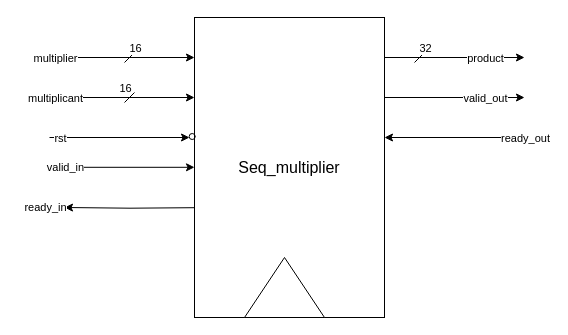
Above: page "i/o" (1 of 3) of Moazzam/doc/Seq_multiplier_val_rd.drawio in medsuet/Xcelerium-IC-Design-Training (draw.io), before the change. Source tidied: cells renumbered, new cells numbered last; positions are measured from the earlier drawing's top-left corner, leaving out a move shared by most shapes. Both pictures are drawn from the tidied source at 100%, with x=0, y=0 at pixel (49, 17).
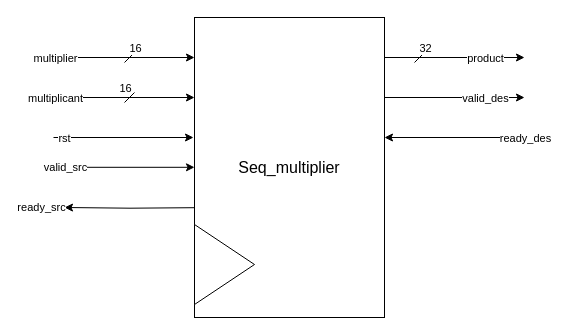
Above is the later version.

The change refers to these unchanged cells:
```xml
<mxCell id="10" style="endArrow=classic;html=1;rounded=0;" parent="1" edge="1">
  <mxGeometry relative="1" as="geometry">
    <mxPoint x="5" y="149.8" as="sourcePoint" />
    <mxPoint x="145" y="149.8" as="targetPoint" />
  </mxGeometry>
</mxCell>
<mxCell id="15" style="endArrow=classic;html=1;rounded=0;" parent="1" edge="1">
  <mxGeometry relative="1" as="geometry">
    <mxPoint x="335" y="80" as="sourcePoint" />
    <mxPoint x="475" y="80" as="targetPoint" />
  </mxGeometry>
</mxCell>
```

Diff of the diagram source:
```diff
@@
-    <mxCell id="11" value="valid_in" style="edgeLabel;html=1;align=center;verticalAlign=middle;" parent="10" vertex="1">
+    <mxCell id="11" value="valid_src" style="edgeLabel;html=1;align=center;verticalAlign=middle;" parent="10" vertex="1">
       <mxGeometry relative="1" as="geometry">
         <mxPoint x="-60" as="offset" />
       </mxGeometry>
     </mxCell>
-    <mxCell id="12" value="ready_in" style="edgeLabel;html=1;align=center;verticalAlign=middle;" parent="10" vertex="1">
+    <mxCell id="12" value="ready_src" style="edgeLabel;html=1;align=center;verticalAlign=middle;" parent="10" vertex="1">
       <mxGeometry relative="1" as="geometry">
-        <mxPoint x="-80" y="40" as="offset" />
+        <mxPoint x="-84" y="40" as="offset" />
       </mxGeometry>
     </mxCell>
@@
-    <mxCell id="16" value="valid_out" style="edgeLabel;html=1;align=center;verticalAlign=middle;" parent="15" vertex="1">
+    <mxCell id="16" value="valid_des" style="edgeLabel;html=1;align=center;verticalAlign=middle;" parent="15" vertex="1">
       <mxGeometry relative="1" as="geometry">
         <mxPoint x="30" as="offset" />
       </mxGeometry>
     </mxCell>
-    <mxCell id="17" value="ready_out" style="edgeLabel;html=1;align=center;verticalAlign=middle;" parent="15" vertex="1">
+    <mxCell id="17" value="ready_des" style="edgeLabel;html=1;align=center;verticalAlign=middle;" parent="15" vertex="1">
       <mxGeometry relative="1" as="geometry">
         <mxPoint x="70" y="40" as="offset" />
       </mxGeometry>
     </mxCell>
@@
-    <mxCell id="24" style="triangle;whiteSpace=wrap;html=1;direction=north;" parent="1" vertex="1">
-      <mxGeometry x="195" y="240" width="80" height="60" as="geometry" />
+    <mxCell id="24" style="triangle;whiteSpace=wrap;html=1;direction=east;" parent="1" vertex="1">
+      <mxGeometry x="145" y="207" width="60" height="80" as="geometry" />
     </mxCell>
     <mxCell id="25" style="endArrow=classic;html=1;rounded=0;" parent="1" edge="1">
       <mxGeometry relative="1" as="geometry">
-        <mxPoint y="120" as="sourcePoint" />
-        <mxPoint x="140" y="120" as="targetPoint" />
+        <mxPoint x="4" y="120" as="sourcePoint" />
+        <mxPoint x="144" y="120" as="targetPoint" />
       </mxGeometry>
     </mxCell>
@@
-    <mxCell id="27" style="edgeStyle=orthogonalEdgeStyle;rounded=0;orthogonalLoop=1;jettySize=auto;html=1;exitX=0;exitY=0.5;exitDx=0;exitDy=0;entryX=-0.012;entryY=0.5;entryDx=0;entryDy=0;entryPerimeter=0;endArrow=oval;endFill=0;" parent="1" edge="1">
-      <mxGeometry relative="1" as="geometry">
-        <mxPoint x="145" y="119" as="sourcePoint" />
-        <mxPoint x="142.7" y="119" as="targetPoint" />
-      </mxGeometry>
-    </mxCell>
```
